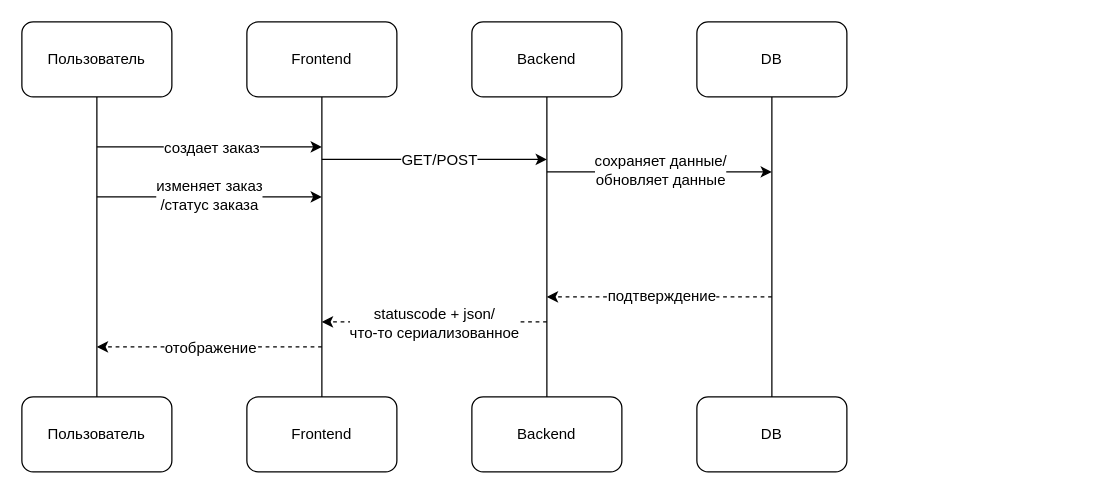
This is diagrams/sequence-diagram.drawio from 1sincerely/labs, a draw.io file, before an edit. Source tidied: cells renumbered, new cells numbered last; positions are measured from the earlier drawing's top-left corner, leaving out a move shared by most shapes. Both pictures are drawn from the tidied source at 125%, with x=0, y=0 at pixel (21, 21).
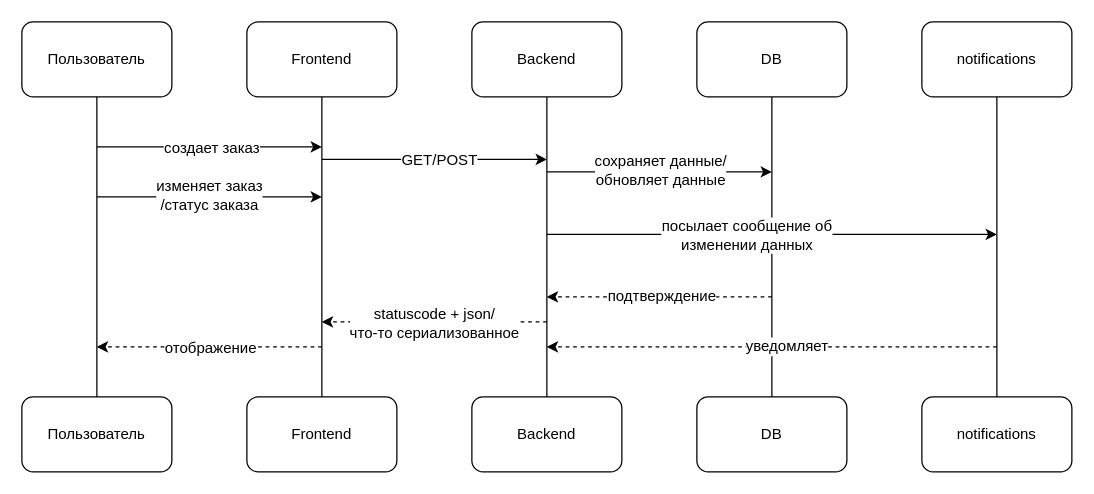
The same diagram, later.

Change to the diagram source:
```diff
@@
+    <mxCell id="28" style="edgeStyle=orthogonalEdgeStyle;rounded=0;jettySize=auto;html=1;entryX=0.5;entryY=0;entryDx=0;entryDy=0;fontFamily=Helvetica;fontSize=12;fontColor=default;endArrow=none;endFill=0;" parent="1" edge="1" source="29" target="30">
+      <mxGeometry relative="1" as="geometry" />
+    </mxCell>
+    <mxCell id="29" value="notifications" style="rounded=1;whiteSpace=wrap;html=1;" parent="1" vertex="1">
+      <mxGeometry x="720" width="120" height="60" as="geometry" />
+    </mxCell>
+    <mxCell id="30" value="notifications" style="rounded=1;whiteSpace=wrap;html=1;" parent="1" vertex="1">
+      <mxGeometry x="720" y="300" width="120" height="60" as="geometry" />
+    </mxCell>
+    <mxCell id="31" style="endArrow=classic;html=1;rounded=0;fontFamily=Helvetica;fontSize=12;fontColor=default;" parent="1" edge="1">
+      <mxGeometry relative="1" as="geometry">
+        <mxPoint x="420" y="170" as="sourcePoint" />
+        <mxPoint x="780" y="170" as="targetPoint" />
+      </mxGeometry>
+    </mxCell>
+    <mxCell id="32" value="посылает сообщение об&lt;div&gt;изменении данных&lt;/div&gt;" style="edgeLabel;html=1;align=center;verticalAlign=middle;fontFamily=Helvetica;fontSize=12;fontColor=default;" parent="31" vertex="1">
+      <mxGeometry x="-0.23" y="2" relative="1" as="geometry">
+        <mxPoint x="20" y="2" as="offset" />
+      </mxGeometry>
+    </mxCell>
+    <mxCell id="33" style="endArrow=classic;html=1;rounded=0;fontFamily=Helvetica;fontSize=12;fontColor=default;dashed=1;" parent="1" edge="1">
+      <mxGeometry relative="1" as="geometry">
+        <mxPoint x="780" y="260" as="sourcePoint" />
+        <mxPoint x="420" y="260" as="targetPoint" />
+      </mxGeometry>
+    </mxCell>
+    <mxCell id="34" value="уведомляет" style="edgeLabel;html=1;align=center;verticalAlign=middle;fontFamily=Helvetica;fontSize=12;fontColor=default;" parent="33" vertex="1">
+      <mxGeometry x="-0.11" y="-1" relative="1" as="geometry">
+        <mxPoint x="-9" as="offset" />
+      </mxGeometry>
+    </mxCell>
```
